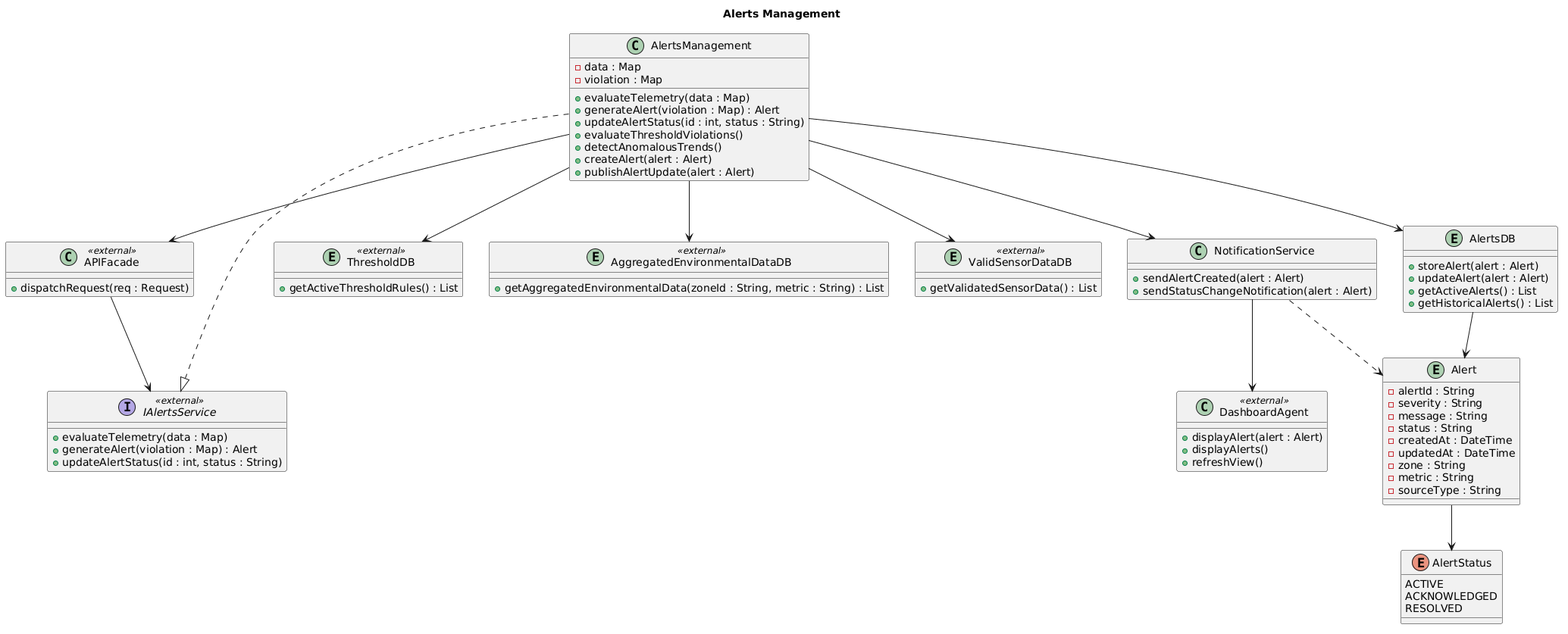
harmanpreet-sagar/SFWRENG-3A04-Group6-T01 keeps this PlantUML diagram as docs/diagrams/compiled/class/Alerts_Management_Class_Diagram.png. Above is the earlier version. The source it was exported from:
```plantuml
@startuml
title Alerts Management

class APIFacade <<external>> {
  +dispatchRequest(req : Request)
}

interface IAlertsService <<external>> {
  +evaluateTelemetry(data : Map)
  +generateAlert(violation : Map) : Alert
  +updateAlertStatus(id : int, status : String)
}

class DashboardAgent <<external>> {
  +displayAlert(alert : Alert)
  +displayAlerts()
  +refreshView()
}

entity ThresholdDB <<external>> {
  +getActiveThresholdRules() : List
}

entity AggregatedEnvironmentalDataDB <<external>> {
  +getAggregatedEnvironmentalData(zoneId : String, metric : String) : List
}

entity ValidSensorDataDB <<external>> {
  +getValidatedSensorData() : List
}

entity Alert {
  -alertId : String
  -severity : String
  -message : String
  -status : String
  -createdAt : DateTime
  -updatedAt : DateTime
  -zone : String
  -metric : String
  -sourceType : String
}

enum AlertStatus {
  ACTIVE
  ACKNOWLEDGED
  RESOLVED
}

class AlertsManagement {
  -data : Map
  -violation : Map
  +evaluateTelemetry(data : Map)
  +generateAlert(violation : Map) : Alert
  +updateAlertStatus(id : int, status : String)
  +evaluateThresholdViolations()
  +detectAnomalousTrends()
  +createAlert(alert : Alert)
  +publishAlertUpdate(alert : Alert)
}

class NotificationService {
  +sendAlertCreated(alert : Alert)
  +sendStatusChangeNotification(alert : Alert)
}

entity AlertsDB {
  +storeAlert(alert : Alert)
  +updateAlert(alert : Alert)
  +getActiveAlerts() : List
  +getHistoricalAlerts() : List
}

APIFacade        --> IAlertsService
AlertsManagement ..|> IAlertsService
AlertsManagement --> ThresholdDB
AlertsManagement --> AggregatedEnvironmentalDataDB
AlertsManagement --> ValidSensorDataDB
AlertsManagement --> APIFacade
NotificationService --> DashboardAgent

AlertsManagement    --> AlertsDB
AlertsManagement    --> NotificationService
AlertsDB            --> Alert
Alert               --> AlertStatus
NotificationService ..> Alert
@enduml
```
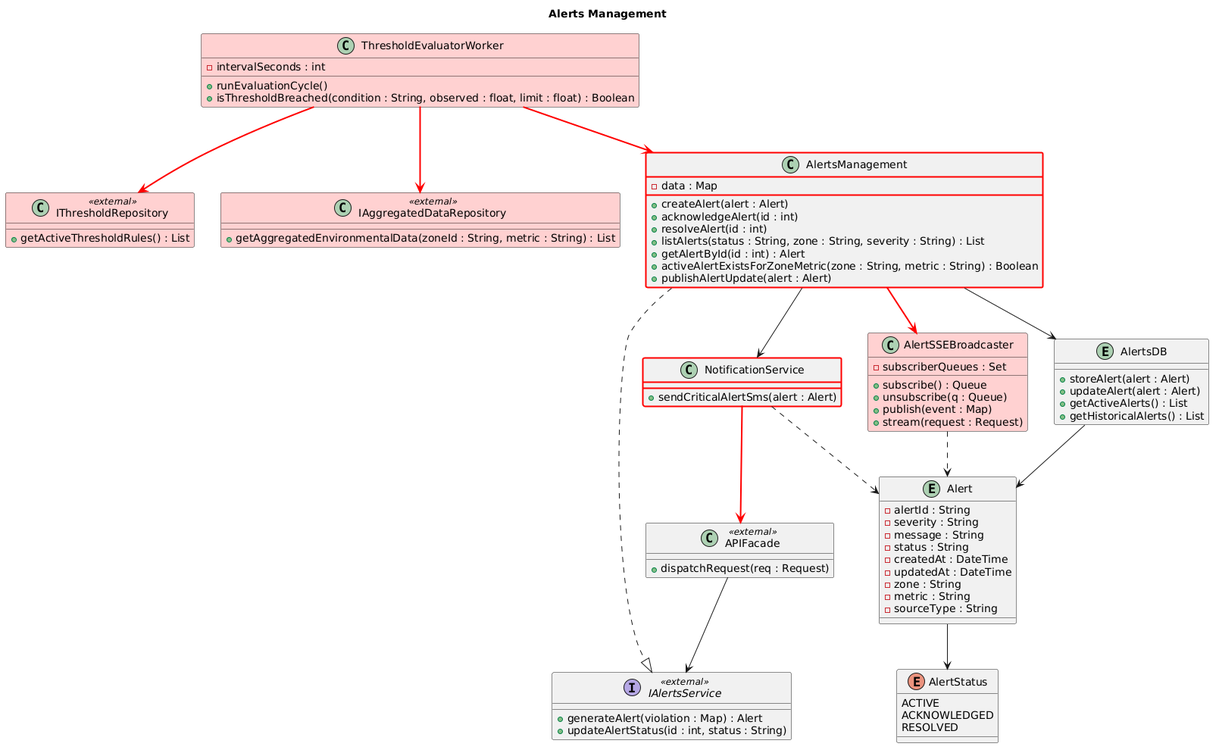
After the change.

Change to the diagram source:
```diff
@@ -6,27 +6,16 @@
 }
 
 interface IAlertsService <<external>> {
-  +evaluateTelemetry(data : Map)
   +generateAlert(violation : Map) : Alert
   +updateAlertStatus(id : int, status : String)
 }
 
-class DashboardAgent <<external>> {
-  +displayAlert(alert : Alert)
-  +displayAlerts()
-  +refreshView()
-}
-
-entity ThresholdDB <<external>> {
+class IThresholdRepository <<external>> #FFD0D0 {
   +getActiveThresholdRules() : List
 }
 
-entity AggregatedEnvironmentalDataDB <<external>> {
+class IAggregatedDataRepository <<external>> #FFD0D0 {
   +getAggregatedEnvironmentalData(zoneId : String, metric : String) : List
-}
-
-entity ValidSensorDataDB <<external>> {
-  +getValidatedSensorData() : List
 }
 
 entity Alert {
@@ -47,21 +36,33 @@
   RESOLVED
 }
 
-class AlertsManagement {
+class ThresholdEvaluatorWorker #FFD0D0 {
+  -intervalSeconds : int
+  +runEvaluationCycle()
+  +isThresholdBreached(condition : String, observed : float, limit : float) : Boolean
+}
+
+class AlertSSEBroadcaster #FFD0D0 {
+  -subscriberQueues : Set
+  +subscribe() : Queue
+  +unsubscribe(q : Queue)
+  +publish(event : Map)
+  +stream(request : Request)
+}
+
+class AlertsManagement ##[bold]red {
   -data : Map
-  -violation : Map
-  +evaluateTelemetry(data : Map)
-  +generateAlert(violation : Map) : Alert
-  +updateAlertStatus(id : int, status : String)
-  +evaluateThresholdViolations()
-  +detectAnomalousTrends()
   +createAlert(alert : Alert)
+  +acknowledgeAlert(id : int)
+  +resolveAlert(id : int)
+  +listAlerts(status : String, zone : String, severity : String) : List
+  +getAlertById(id : int) : Alert
+  +activeAlertExistsForZoneMetric(zone : String, metric : String) : Boolean
   +publishAlertUpdate(alert : Alert)
 }
 
-class NotificationService {
-  +sendAlertCreated(alert : Alert)
-  +sendStatusChangeNotification(alert : Alert)
+class NotificationService ##[bold]red {
+  +sendCriticalAlertSms(alert : Alert)
 }
 
 entity AlertsDB {
@@ -73,15 +74,18 @@
 
 APIFacade        --> IAlertsService
 AlertsManagement ..|> IAlertsService
-AlertsManagement --> ThresholdDB
-AlertsManagement --> AggregatedEnvironmentalDataDB
-AlertsManagement --> ValidSensorDataDB
-AlertsManagement --> APIFacade
-NotificationService --> DashboardAgent
+
+ThresholdEvaluatorWorker -[#red,bold]-> IThresholdRepository
+ThresholdEvaluatorWorker -[#red,bold]-> IAggregatedDataRepository
+ThresholdEvaluatorWorker -[#red,bold]-> AlertsManagement
+
+NotificationService -[#red,bold]-> APIFacade
 
 AlertsManagement    --> AlertsDB
 AlertsManagement    --> NotificationService
+AlertsManagement    -[#red,bold]-> AlertSSEBroadcaster
 AlertsDB            --> Alert
 Alert               --> AlertStatus
 NotificationService ..> Alert
+AlertSSEBroadcaster ..> Alert
 @enduml
```
